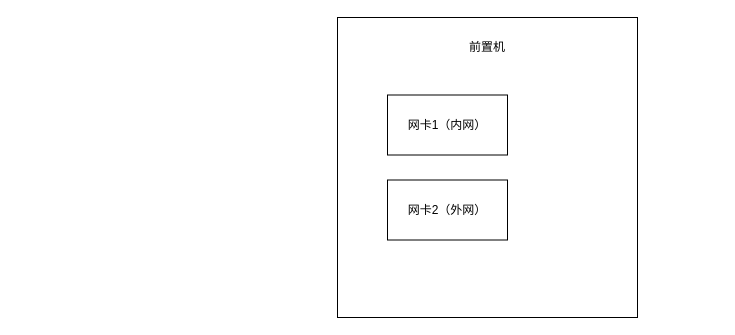
Earlier version of the draw.io diagram 一体机内网网.drawio (jackshenjunkai/drawio). Source tidied: cells renumbered, new cells numbered last; positions are measured from the earlier drawing's top-left corner, leaving out a move shared by most shapes. Both pictures are drawn from the tidied source at 100%, with x=0, y=0 at pixel (337, 17).
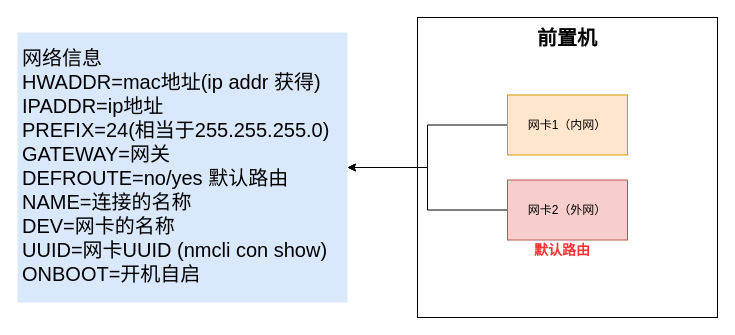
The same diagram, later.

Commit message (it also covers changes not shown here):
更新一体机内网网.drawio

The edit, as a diff of the source:
```diff
@@
 <mxGraphModel background="#ffffff">
   <root>
     <mxCell id="0" />
     <mxCell id="1" parent="0" />
     <mxCell id="2" style="whiteSpace=wrap;html=1;" parent="1" vertex="1">
-      <mxGeometry width="300" height="300" as="geometry" />
+      <mxGeometry x="80" width="300" height="300" as="geometry" />
     </mxCell>
+    <mxCell id="6" style="edgeStyle=orthogonalEdgeStyle;rounded=0;jettySize=auto;html=1;exitX=0;exitY=0.5;exitDx=0;exitDy=0;entryX=1;entryY=0.5;entryDx=0;entryDy=0;fontSize=20;" parent="1" edge="1" source="3" target="8">
+      <mxGeometry relative="1" as="geometry" />
+    </mxCell>
-    <mxCell id="3" value="网卡1（内网）" style="rounded=0;whiteSpace=wrap;html=1;" parent="1" vertex="1">
-      <mxGeometry x="50" y="77.5" width="120" height="60" as="geometry" />
+    <mxCell id="3" value="网卡1（内网）" style="rounded=0;whiteSpace=wrap;html=1;fillColor=#ffe6cc;strokeColor=#d79b00;" parent="1" vertex="1">
+      <mxGeometry x="170" y="77.5" width="120" height="60" as="geometry" />
     </mxCell>
+    <mxCell id="7" style="edgeStyle=orthogonalEdgeStyle;rounded=0;jettySize=auto;html=1;exitX=0;exitY=0.5;exitDx=0;exitDy=0;entryX=1;entryY=0.5;entryDx=0;entryDy=0;fontSize=20;" parent="1" edge="1" source="4" target="8">
+      <mxGeometry relative="1" as="geometry" />
+    </mxCell>
-    <mxCell id="4" value="网卡2（外网）" style="rounded=0;whiteSpace=wrap;html=1;" parent="1" vertex="1">
-      <mxGeometry x="50" y="162.5" width="120" height="60" as="geometry" />
+    <mxCell id="4" value="网卡2（外网）" style="rounded=0;whiteSpace=wrap;html=1;fillColor=#f8cecc;strokeColor=#b85450;" parent="1" vertex="1">
+      <mxGeometry x="170" y="162.5" width="120" height="60" as="geometry" />
     </mxCell>
-    <mxCell id="5" value="前置机" style="text;html=1;strokeColor=none;fillColor=none;align=center;verticalAlign=middle;whiteSpace=wrap;rounded=0;" parent="1" vertex="1">
-      <mxGeometry x="130" y="20" width="40" height="20" as="geometry" />
+    <mxCell id="5" value="前置机" style="text;html=1;strokeColor=none;fillColor=none;align=center;verticalAlign=middle;whiteSpace=wrap;rounded=0;fontSize=20;fontStyle=1;" parent="1" vertex="1">
+      <mxGeometry x="170" y="10" width="120" height="20" as="geometry" />
     </mxCell>
+    <mxCell id="8" value="&lt;br&gt;网络信息&lt;br&gt;HWADDR=mac地址(ip addr&amp;nbsp;获得)&lt;br&gt;IPADDR=ip地址&lt;br&gt;PREFIX=24(相当于255.255.255.0)&lt;br&gt;GATEWAY=网关&lt;br&gt;DEFROUTE=no/yes&amp;nbsp;默认路由&lt;br&gt;NAME=连接的名称&lt;br&gt;DEV=网卡的名称&lt;br&gt;UUID=网卡UUID (nmcli con show)&lt;br&gt;ONBOOT=开机自启&lt;br&gt;" style="text;html=1;strokeColor=none;fillColor=#dae8fc;spacing=5;spacingTop=-20;whiteSpace=wrap;overflow=hidden;rounded=0;fontSize=20;" parent="1" vertex="1">
+      <mxGeometry x="-320" y="15" width="330" height="270" as="geometry" />
+    </mxCell>
+    <mxCell id="9" value="默认路由" style="text;html=1;strokeColor=none;fillColor=none;align=center;verticalAlign=middle;whiteSpace=wrap;rounded=0;fontSize=14;fontColor=#FF3333;fontStyle=1;" parent="1" vertex="1">
+      <mxGeometry x="160" y="222.5" width="130" height="20" as="geometry" />
+    </mxCell>
   </root>
 </mxGraphModel>
```
